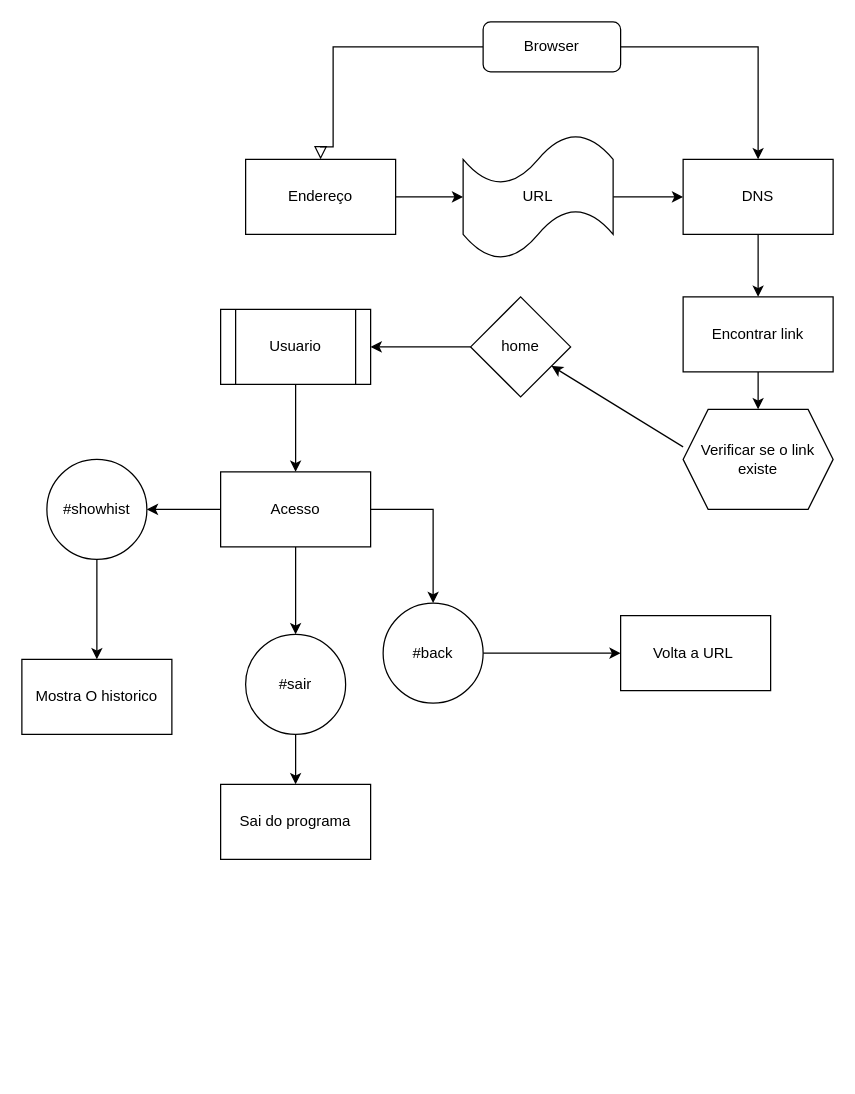
This is Untitled Diagram.drawio from PetryckK/Programar, a draw.io file, before an edit. Source tidied: cells renumbered, new cells numbered last; positions are measured from the earlier drawing's top-left corner, leaving out a move shared by most shapes. Both pictures are drawn from the tidied source at 125%, with x=0, y=0 at pixel (21, 21).
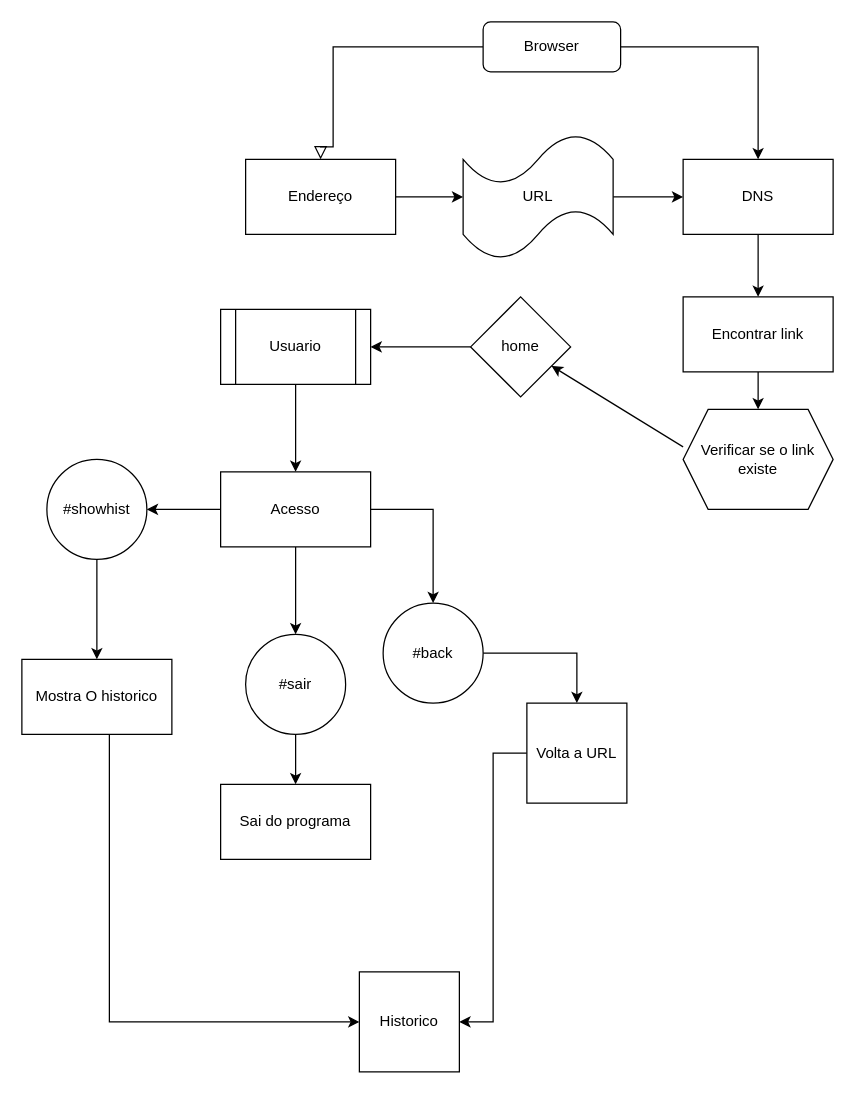
After the change.

The change refers to these unchanged cells:
```xml
<mxCell id="25" value="#back" style="ellipse;whiteSpace=wrap;html=1;" parent="1" vertex="1">
  <mxGeometry x="289" y="465" width="80" height="80" as="geometry" />
</mxCell>
<mxCell id="32" value="Mostra O historico" style="rounded=0;whiteSpace=wrap;html=1;" parent="1" vertex="1">
  <mxGeometry y="510" width="120" height="60" as="geometry" />
</mxCell>
```

Change to the diagram source:
```diff
@@
-    <mxCell id="24" style="edgeStyle=orthogonalEdgeStyle;rounded=0;jettySize=auto;html=1;" parent="1" edge="1" source="25" target="26">
+    <mxCell id="24" style="edgeStyle=orthogonalEdgeStyle;rounded=0;jettySize=auto;html=1;entryX=0.5;entryY=0;entryDx=0;entryDy=0;" parent="1" edge="1" source="25" target="26">
       <mxGeometry relative="1" as="geometry" />
     </mxCell>
@@
-    <mxCell id="26" value="Volta a URL&amp;nbsp;" style="rounded=0;whiteSpace=wrap;html=1;" parent="1" vertex="1">
-      <mxGeometry x="479" y="475" width="120" height="60" as="geometry" />
-    </mxCell>
@@
+    <mxCell id="33" style="edgeStyle=orthogonalEdgeStyle;rounded=0;jettySize=auto;html=1;entryX=0;entryY=0.5;entryDx=0;entryDy=0;" parent="1" edge="1" source="32" target="34">
+      <mxGeometry relative="1" as="geometry">
+        <Array as="points">
+          <mxPoint x="70" y="800" />
+        </Array>
+      </mxGeometry>
+    </mxCell>
@@
+    <mxCell id="34" value="Historico" style="whiteSpace=wrap;html=1;" parent="1" vertex="1">
+      <mxGeometry x="270" y="760" width="80" height="80" as="geometry" />
+    </mxCell>
+    <mxCell id="35" style="edgeStyle=orthogonalEdgeStyle;rounded=0;jettySize=auto;html=1;entryX=1;entryY=0.5;entryDx=0;entryDy=0;" parent="1" edge="1" source="26" target="34">
+      <mxGeometry relative="1" as="geometry" />
+    </mxCell>
+    <mxCell id="26" value="Volta a URL" style="whiteSpace=wrap;html=1;" parent="1" vertex="1">
+      <mxGeometry x="404" y="545" width="80" height="80" as="geometry" />
+    </mxCell>
```
